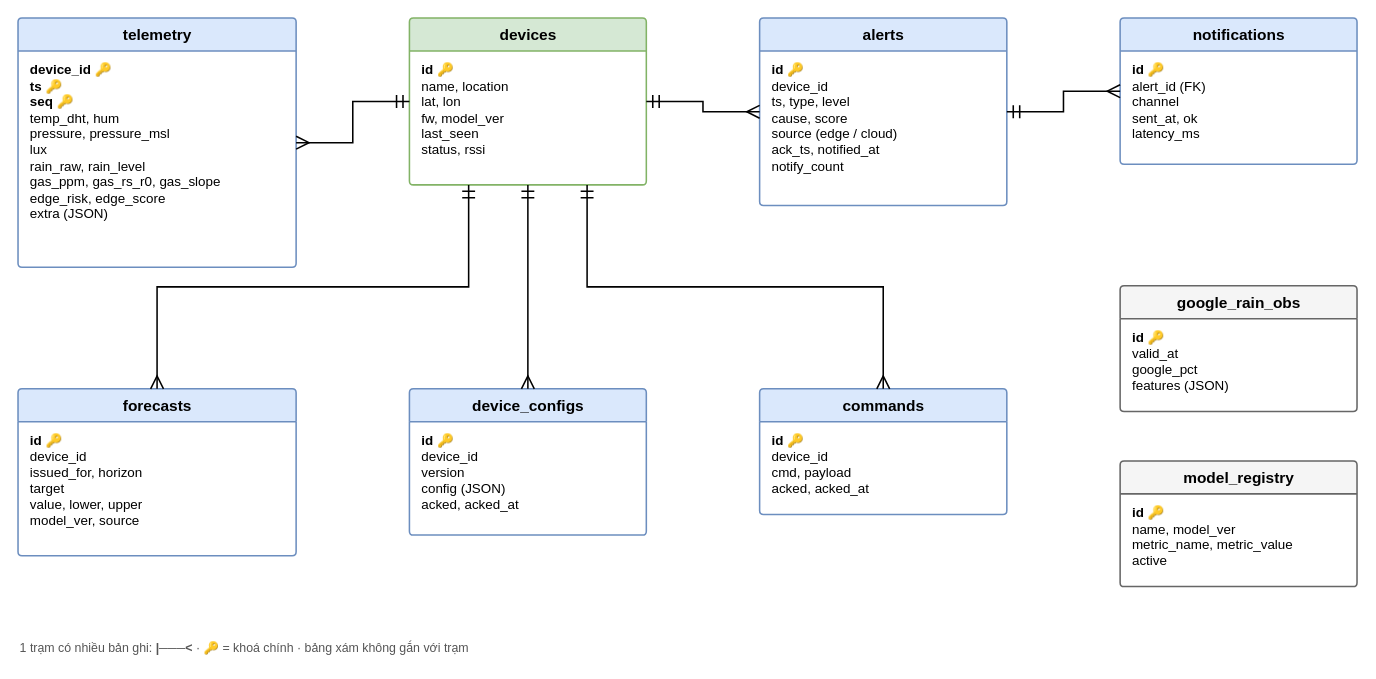
danhle396/pythonnhung keeps this draw.io diagram as page "Luoc do CSDL" (2 of 3) of docs/architecture/system_block_diagram.drawio. Above is the earlier version. Source tidied: cells renumbered, new cells numbered last; positions are measured from the earlier drawing's top-left corner, leaving out a move shared by most shapes. Both pictures are drawn from the tidied source at 103%, with x=0, y=0 at pixel (18, 18).
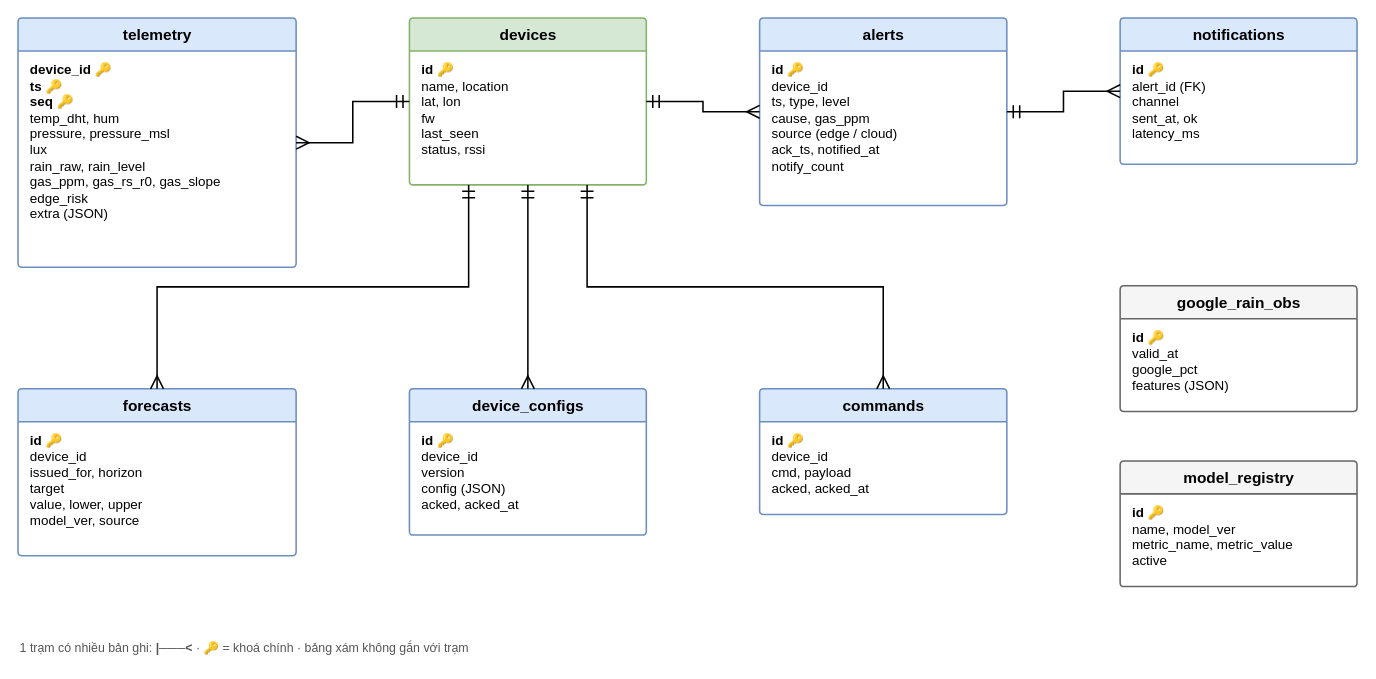
Above is the later version.

The change refers to these unchanged cells:
```xml
<mxCell id="2" value="telemetry" style="swimlane;fontStyle=1;startSize=32;html=1;rounded=1;arcSize=4;fontSize=15;strokeWidth=1.5;fillColor=#dae8fc;strokeColor=#6c8ebf;fontFamily=Helvetica;" parent="1" vertex="1">
  <mxGeometry width="270" height="242" as="geometry" />
</mxCell>
<mxCell id="4" value="devices" style="swimlane;fontStyle=1;startSize=32;html=1;rounded=1;arcSize=4;fontSize=15;strokeWidth=1.5;fillColor=#d5e8d4;strokeColor=#82b366;fontFamily=Helvetica;" parent="1" vertex="1">
  <mxGeometry x="380" width="230" height="162" as="geometry" />
</mxCell>
<mxCell id="6" value="alerts" style="swimlane;fontStyle=1;startSize=32;html=1;rounded=1;arcSize=4;fontSize=15;strokeWidth=1.5;fillColor=#dae8fc;strokeColor=#6c8ebf;fontFamily=Helvetica;" parent="1" vertex="1">
  <mxGeometry x="720" width="240" height="182" as="geometry" />
</mxCell>
```

The edit, as a diff of the source:
```diff
@@
-    <mxCell id="3" value="&lt;b&gt;device_id&lt;/b&gt; 🔑&lt;br&gt;&lt;b&gt;ts&lt;/b&gt; 🔑&lt;br&gt;&lt;b&gt;seq&lt;/b&gt; 🔑&lt;br&gt;temp_dht, hum&lt;br&gt;pressure, pressure_msl&lt;br&gt;lux&lt;br&gt;rain_raw, rain_level&lt;br&gt;gas_ppm, gas_rs_r0, gas_slope&lt;br&gt;edge_risk, edge_score&lt;br&gt;extra (JSON)" style="text;html=1;align=left;verticalAlign=top;spacingLeft=10;spacingTop=4;fontSize=13;whiteSpace=wrap;fontFamily=Helvetica;" parent="2" vertex="1">
+    <mxCell id="3" value="&lt;b&gt;device_id&lt;/b&gt; 🔑&lt;br&gt;&lt;b&gt;ts&lt;/b&gt; 🔑&lt;br&gt;&lt;b&gt;seq&lt;/b&gt; 🔑&lt;br&gt;temp_dht, hum&lt;br&gt;pressure, pressure_msl&lt;br&gt;lux&lt;br&gt;rain_raw, rain_level&lt;br&gt;gas_ppm, gas_rs_r0, gas_slope&lt;br&gt;edge_risk&lt;br&gt;extra (JSON)" style="text;html=1;align=left;verticalAlign=top;spacingLeft=10;spacingTop=4;fontSize=13;whiteSpace=wrap;fontFamily=Helvetica;" parent="2" vertex="1">
       <mxGeometry y="32" width="270" height="210" as="geometry" />
     </mxCell>
@@
-    <mxCell id="5" value="&lt;b&gt;id&lt;/b&gt; 🔑&lt;br&gt;name, location&lt;br&gt;lat, lon&lt;br&gt;fw, model_ver&lt;br&gt;last_seen&lt;br&gt;status, rssi" style="text;html=1;align=left;verticalAlign=top;spacingLeft=10;spacingTop=4;fontSize=13;whiteSpace=wrap;fontFamily=Helvetica;" parent="4" vertex="1">
+    <mxCell id="5" value="&lt;b&gt;id&lt;/b&gt; 🔑&lt;br&gt;name, location&lt;br&gt;lat, lon&lt;br&gt;fw&lt;br&gt;last_seen&lt;br&gt;status, rssi" style="text;html=1;align=left;verticalAlign=top;spacingLeft=10;spacingTop=4;fontSize=13;whiteSpace=wrap;fontFamily=Helvetica;" parent="4" vertex="1">
       <mxGeometry y="32" width="230" height="130" as="geometry" />
     </mxCell>
@@
-    <mxCell id="7" value="&lt;b&gt;id&lt;/b&gt; 🔑&lt;br&gt;device_id&lt;br&gt;ts, type, level&lt;br&gt;cause, score&lt;br&gt;source (edge / cloud)&lt;br&gt;ack_ts, notified_at&lt;br&gt;notify_count" style="text;html=1;align=left;verticalAlign=top;spacingLeft=10;spacingTop=4;fontSize=13;whiteSpace=wrap;fontFamily=Helvetica;" parent="6" vertex="1">
+    <mxCell id="7" value="&lt;b&gt;id&lt;/b&gt; 🔑&lt;br&gt;device_id&lt;br&gt;ts, type, level&lt;br&gt;cause, gas_ppm&lt;br&gt;source (edge / cloud)&lt;br&gt;ack_ts, notified_at&lt;br&gt;notify_count" style="text;html=1;align=left;verticalAlign=top;spacingLeft=10;spacingTop=4;fontSize=13;whiteSpace=wrap;fontFamily=Helvetica;" parent="6" vertex="1">
       <mxGeometry y="32" width="240" height="150" as="geometry" />
     </mxCell>
```
